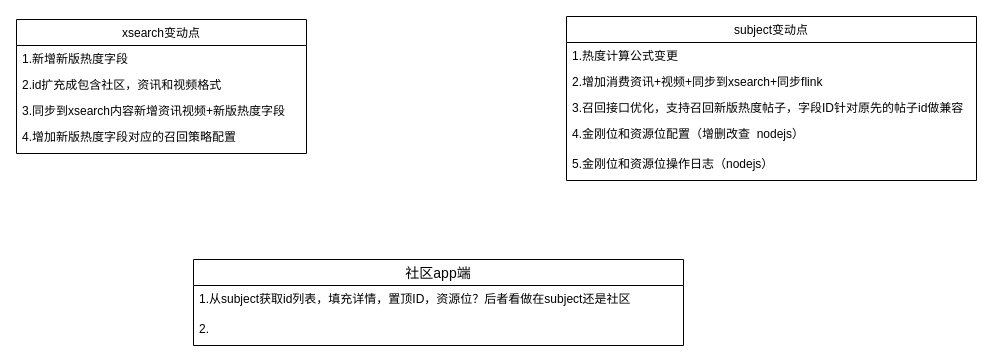
The draw.io diagram subject_newVersion.drawio in lixiangdaqian/diagrams, before the edit. Source tidied: cells renumbered, new cells numbered last; positions are measured from the earlier drawing's top-left corner, leaving out a move shared by most shapes. Both pictures are drawn from the tidied source at 100%, with x=0, y=0 at pixel (16, 16).
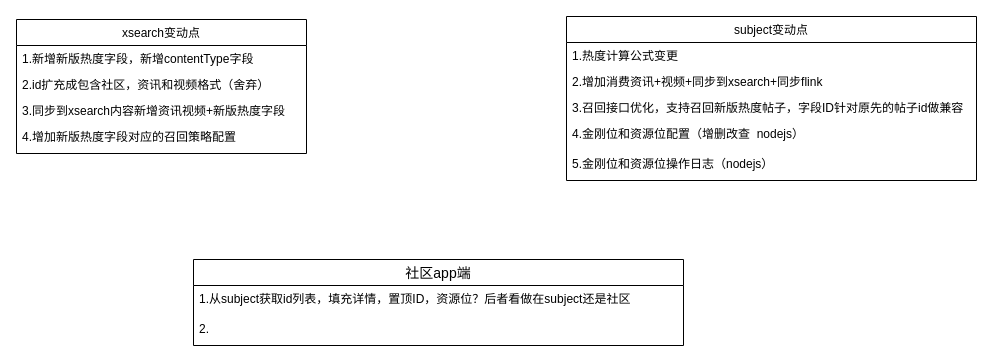
After the change.

Change to the diagram source:
```diff
@@
 <mxGraphModel>
   <root>
     <mxCell id="0" />
     <mxCell id="1" parent="0" />
     <mxCell id="2" value="xsearch变动点" style="swimlane;fontStyle=0;horizontal=1;startSize=26;fillColor=none;" parent="1" vertex="1">
       <mxGeometry y="3" width="290" height="134" as="geometry" />
     </mxCell>
-    <mxCell id="3" value="1.新增新版热度字段" style="text;strokeColor=none;fillColor=none;align=left;verticalAlign=top;spacingLeft=4;spacingRight=4;overflow=hidden;" parent="2" vertex="1">
+    <mxCell id="3" value="1.新增新版热度字段，新增contentType字段" style="text;strokeColor=none;fillColor=none;align=left;verticalAlign=top;spacingLeft=4;spacingRight=4;overflow=hidden;" parent="2" vertex="1">
       <mxGeometry y="26" width="290" height="26" as="geometry" />
     </mxCell>
-    <mxCell id="4" value="2.id扩充成包含社区，资讯和视频格式" style="text;strokeColor=none;fillColor=none;align=left;verticalAlign=top;spacingLeft=4;spacingRight=4;overflow=hidden;" parent="2" vertex="1">
+    <mxCell id="4" value="2.id扩充成包含社区，资讯和视频格式（舍弃）" style="text;strokeColor=none;fillColor=none;align=left;verticalAlign=top;spacingLeft=4;spacingRight=4;overflow=hidden;" parent="2" vertex="1">
       <mxGeometry y="52" width="290" height="26" as="geometry" />
     </mxCell>
     <mxCell id="5" value="3.同步到xsearch内容新增资讯视频+新版热度字段" style="text;strokeColor=none;fillColor=none;align=left;verticalAlign=top;spacingLeft=4;spacingRight=4;overflow=hidden;" parent="2" vertex="1">
       <mxGeometry y="78" width="290" height="26" as="geometry" />
     </mxCell>
     <mxCell id="6" value="4.增加新版热度字段对应的召回策略配置" style="text;strokeColor=none;fillColor=none;spacingLeft=4;spacingRight=4;overflow=hidden;fontSize=12;" parent="2" vertex="1">
       <mxGeometry y="104" width="290" height="30" as="geometry" />
     </mxCell>
     <mxCell id="7" value="subject变动点" style="swimlane;fontStyle=0;horizontal=1;startSize=26;fillColor=none;" parent="1" vertex="1">
       <mxGeometry x="550" width="410" height="164" as="geometry" />
     </mxCell>
     <mxCell id="8" value="1.热度计算公式变更" style="text;strokeColor=none;fillColor=none;align=left;verticalAlign=top;spacingLeft=4;spacingRight=4;overflow=hidden;" parent="7" vertex="1">
       <mxGeometry y="26" width="410" height="26" as="geometry" />
     </mxCell>
     <mxCell id="9" value="2.增加消费资讯+视频+同步到xsearch+同步flink" style="text;strokeColor=none;fillColor=none;align=left;verticalAlign=top;spacingLeft=4;spacingRight=4;overflow=hidden;" parent="7" vertex="1">
       <mxGeometry y="52" width="410" height="26" as="geometry" />
     </mxCell>
     <mxCell id="10" value="3.召回接口优化，支持召回新版热度帖子，字段ID针对原先的帖子id做兼容" style="text;strokeColor=none;fillColor=none;align=left;verticalAlign=top;spacingLeft=4;spacingRight=4;overflow=hidden;" parent="7" vertex="1">
       <mxGeometry y="78" width="410" height="26" as="geometry" />
     </mxCell>
     <mxCell id="11" value="4.金刚位和资源位配置（增删改查  nodejs）" style="text;strokeColor=none;fillColor=none;spacingLeft=4;spacingRight=4;overflow=hidden;fontSize=12;" parent="7" vertex="1">
       <mxGeometry y="104" width="410" height="30" as="geometry" />
     </mxCell>
     <mxCell id="12" value="5.金刚位和资源位操作日志（nodejs）" style="text;strokeColor=none;fillColor=none;spacingLeft=4;spacingRight=4;overflow=hidden;fontSize=12;" parent="7" vertex="1">
       <mxGeometry y="134" width="410" height="30" as="geometry" />
     </mxCell>
     <mxCell id="13" value="社区app端" style="swimlane;fontStyle=0;horizontal=1;startSize=26;align=center;fontSize=14;" parent="1" vertex="1">
       <mxGeometry x="177" y="243" width="490" height="86" as="geometry" />
     </mxCell>
     <mxCell id="14" value="1.从subject获取id列表，填充详情，置顶ID，资源位？后者看做在subject还是社区" style="text;strokeColor=none;fillColor=none;spacingLeft=4;spacingRight=4;overflow=hidden;fontSize=12;" parent="13" vertex="1">
       <mxGeometry y="26" width="490" height="30" as="geometry" />
     </mxCell>
     <mxCell id="15" value="2." style="text;strokeColor=none;fillColor=none;spacingLeft=4;spacingRight=4;overflow=hidden;fontSize=12;" parent="13" vertex="1">
       <mxGeometry y="56" width="490" height="30" as="geometry" />
     </mxCell>
   </root>
 </mxGraphModel>
```
